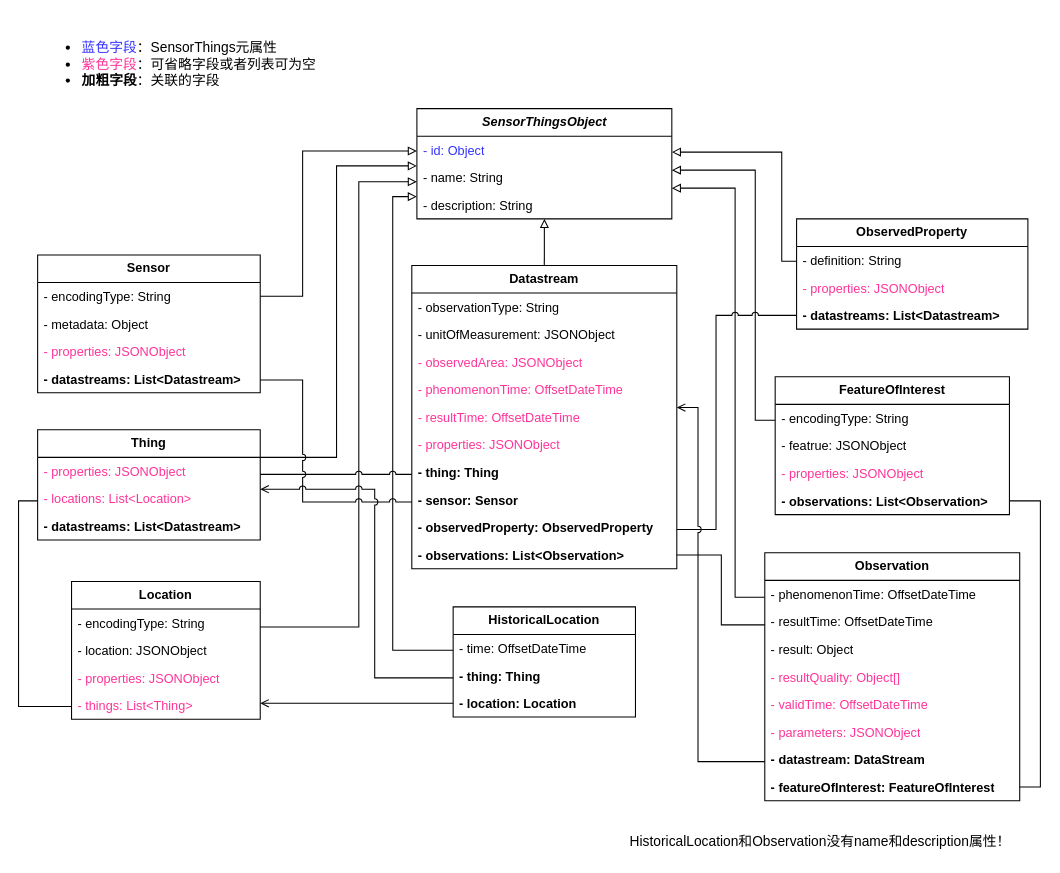
Above: page "SensorThings API模型" (1 of 7) of docs/diagram/模型图.dio in hubu-mdzhang/swmm-sensorthings (draw.io), before the change. Source tidied: cells renumbered, new cells numbered last; positions are measured from the earlier drawing's top-left corner, leaving out a move shared by most shapes. Both pictures are drawn from the tidied source at 106%, with x=0, y=0 at pixel (18, 18).
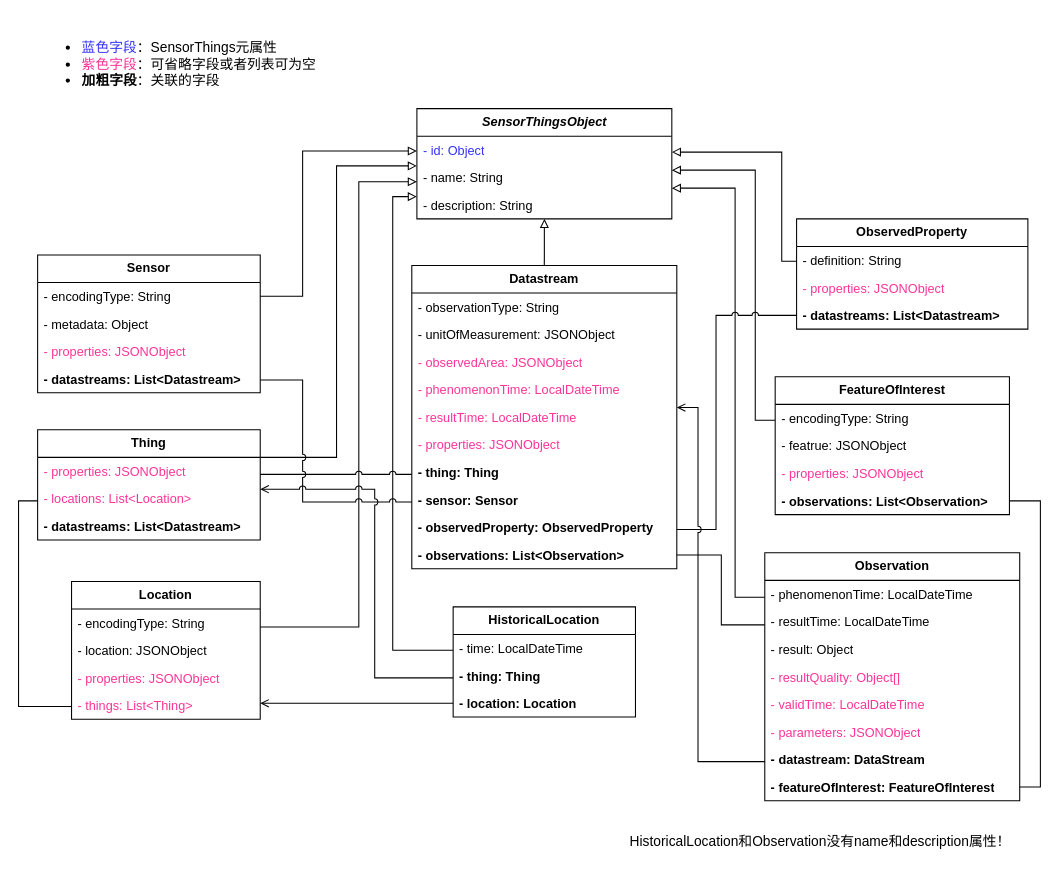
The same page after the edit.

The change refers to these unchanged cells:
```xml
<mxCell id="14" value="Datastream" style="swimlane;fontStyle=1;horizontal=1;startSize=26;fillColor=none;whiteSpace=wrap;html=1;strokeColor=default;" parent="1" vertex="1">
  <mxGeometry x="371" y="233" width="250" height="286" as="geometry" />
</mxCell>
<mxCell id="26" value="Observation" style="swimlane;fontStyle=1;horizontal=1;startSize=26;fillColor=none;whiteSpace=wrap;html=1;strokeColor=default;" parent="1" vertex="1">
  <mxGeometry x="704" y="504" width="240.5" height="234" as="geometry" />
</mxCell>
<mxCell id="48" value="HistoricalLocation" style="swimlane;fontStyle=1;horizontal=1;startSize=26;fillColor=none;whiteSpace=wrap;html=1;strokeColor=default;" parent="1" vertex="1">
  <mxGeometry x="410" y="555" width="172" height="104" as="geometry" />
</mxCell>
```

Diff of the diagram source:
```diff
@@
-    <mxCell id="18" value="- phenomenonTime: OffsetDateTime" style="text;align=left;verticalAlign=top;spacingLeft=4;spacingRight=4;overflow=hidden;whiteSpace=wrap;html=1;strokeColor=none;fontColor=#FF3399;" parent="14" vertex="1">
+    <mxCell id="18" value="- phenomenonTime: LocalDateTime" style="text;align=left;verticalAlign=top;spacingLeft=4;spacingRight=4;overflow=hidden;whiteSpace=wrap;html=1;strokeColor=none;fontColor=#FF3399;" parent="14" vertex="1">
       <mxGeometry y="104" width="250" height="26" as="geometry" />
     </mxCell>
-    <mxCell id="19" value="- resultTime: OffsetDateTime" style="text;align=left;verticalAlign=top;spacingLeft=4;spacingRight=4;overflow=hidden;whiteSpace=wrap;html=1;strokeColor=none;fontColor=#FF3399;" parent="14" vertex="1">
+    <mxCell id="19" value="- resultTime: LocalDateTime" style="text;align=left;verticalAlign=top;spacingLeft=4;spacingRight=4;overflow=hidden;whiteSpace=wrap;html=1;strokeColor=none;fontColor=#FF3399;" parent="14" vertex="1">
       <mxGeometry y="130" width="250" height="26" as="geometry" />
     </mxCell>
@@
-    <mxCell id="27" value="- phenomenonTime: OffsetDateTime" style="text;align=left;verticalAlign=top;spacingLeft=4;spacingRight=4;overflow=hidden;whiteSpace=wrap;html=1;strokeColor=none;fontColor=#000000;" parent="26" vertex="1">
+    <mxCell id="27" value="- phenomenonTime: LocalDateTime" style="text;align=left;verticalAlign=top;spacingLeft=4;spacingRight=4;overflow=hidden;whiteSpace=wrap;html=1;strokeColor=none;fontColor=#000000;" parent="26" vertex="1">
       <mxGeometry y="26" width="240.5" height="26" as="geometry" />
     </mxCell>
-    <mxCell id="28" value="- resultTime: OffsetDateTime" style="text;align=left;verticalAlign=top;spacingLeft=4;spacingRight=4;overflow=hidden;whiteSpace=wrap;html=1;strokeColor=none;fontColor=#000000;" parent="26" vertex="1">
+    <mxCell id="28" value="- resultTime: LocalDateTime" style="text;align=left;verticalAlign=top;spacingLeft=4;spacingRight=4;overflow=hidden;whiteSpace=wrap;html=1;strokeColor=none;fontColor=#000000;" parent="26" vertex="1">
       <mxGeometry y="52" width="240.5" height="26" as="geometry" />
     </mxCell>
@@
-    <mxCell id="31" value="- validTime: OffsetDateTime" style="text;align=left;verticalAlign=top;spacingLeft=4;spacingRight=4;overflow=hidden;whiteSpace=wrap;html=1;strokeColor=none;fontColor=#FF3399;" parent="26" vertex="1">
+    <mxCell id="31" value="- validTime: LocalDateTime" style="text;align=left;verticalAlign=top;spacingLeft=4;spacingRight=4;overflow=hidden;whiteSpace=wrap;html=1;strokeColor=none;fontColor=#FF3399;" parent="26" vertex="1">
       <mxGeometry y="130" width="240.5" height="26" as="geometry" />
     </mxCell>
@@
-    <mxCell id="49" value="- time: OffsetDateTime" style="text;align=left;verticalAlign=top;spacingLeft=4;spacingRight=4;overflow=hidden;whiteSpace=wrap;html=1;strokeColor=none;" parent="48" vertex="1">
+    <mxCell id="49" value="- time: LocalDateTime" style="text;align=left;verticalAlign=top;spacingLeft=4;spacingRight=4;overflow=hidden;whiteSpace=wrap;html=1;strokeColor=none;" parent="48" vertex="1">
       <mxGeometry y="26" width="172" height="26" as="geometry" />
     </mxCell>
```
